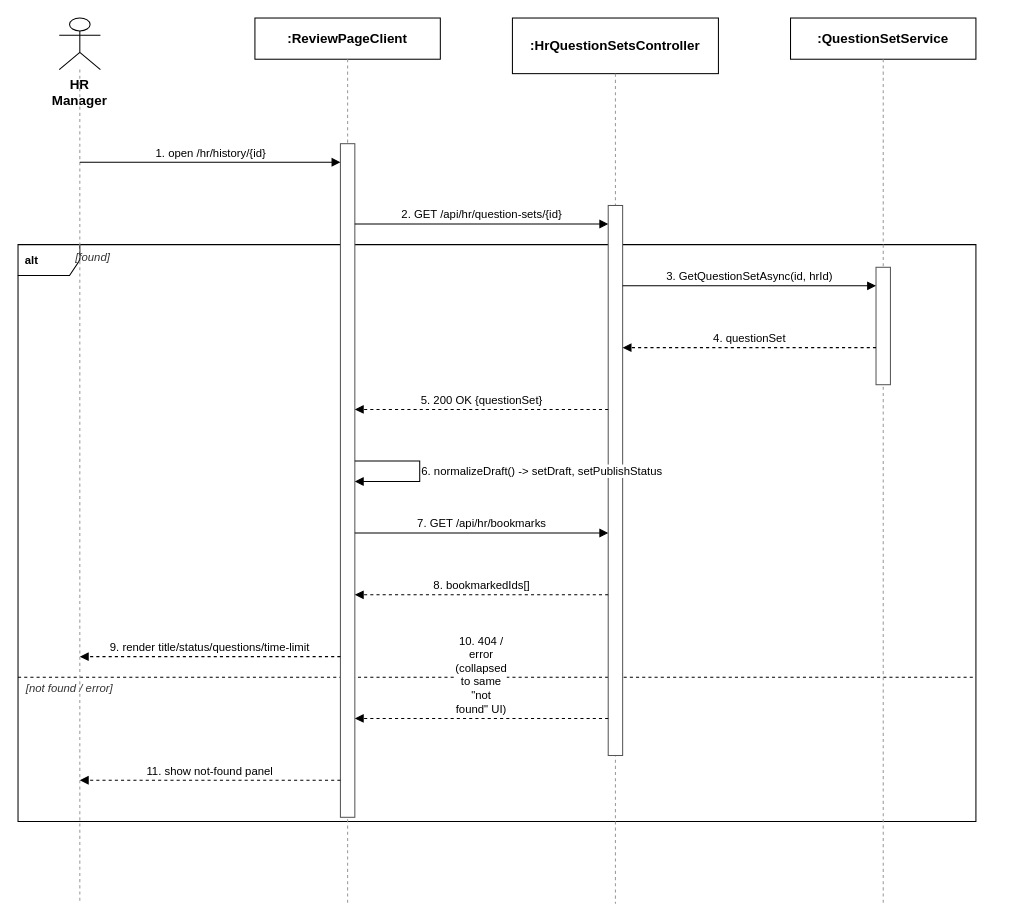
tulklk/AI_Interview_Question_Generation_RAG_LLM_FE keeps this draw.io diagram as docs/qa/Nam_SequenceDiagram/18_QuestionSetManagement_ViewQuestionSet.drawio. Above is the earlier version. Source tidied: cells renumbered, new cells numbered last; positions are measured from the earlier drawing's top-left corner, leaving out a move shared by most shapes. Both pictures are drawn from the tidied source at 103%, with x=0, y=0 at pixel (18, 18).
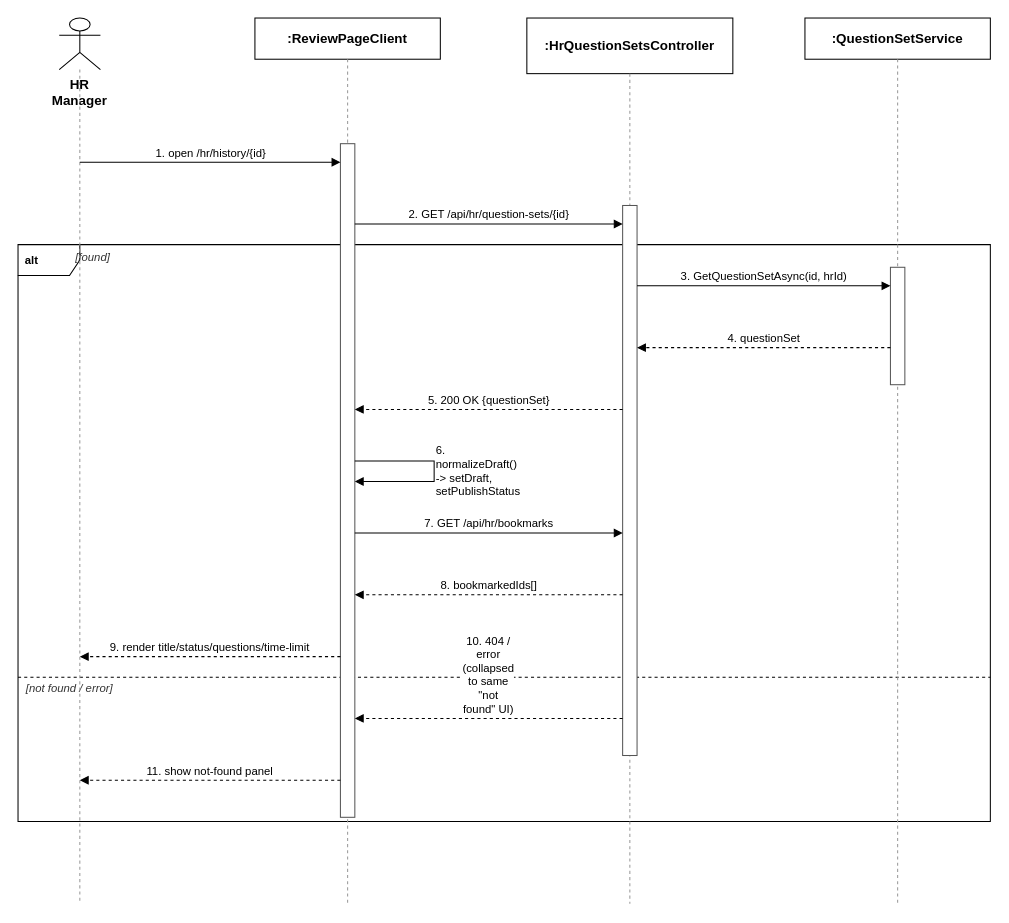
Above is the later version.

The edit, as a diff of the source:
```diff
@@
     <mxCell id="2" value="&lt;b&gt;&amp;nbsp;alt&amp;nbsp;&lt;/b&gt;" style="shape=umlFrame;whiteSpace=wrap;html=1;align=left;verticalAlign=top;fontSize=11;spacingLeft=2;spacingTop=2;strokeColor=#000000;fillColor=none;" parent="1" vertex="1">
-      <mxGeometry y="220" width="930" height="560" as="geometry" />
+      <mxGeometry y="220" width="944" height="560" as="geometry" />
     </mxCell>
     <mxCell id="3" value="[found]" style="text;html=1;align=left;verticalAlign=middle;fontSize=11;fontColor=#333333;fontStyle=2;" parent="1" vertex="1">
-      <mxGeometry x="54" y="222" width="870" height="20" as="geometry" />
+      <mxGeometry x="54" y="222" width="884" height="20" as="geometry" />
     </mxCell>
     <mxCell id="4" style="endArrow=none;dashed=1;html=1;strokeColor=#000000;" parent="1" edge="1">
       <mxGeometry relative="1" as="geometry">
         <mxPoint y="640" as="sourcePoint" />
-        <mxPoint x="930" y="640" as="targetPoint" />
+        <mxPoint x="944" y="640" as="targetPoint" />
       </mxGeometry>
     </mxCell>
     <mxCell id="5" value="[not found / error]" style="text;html=1;align=left;verticalAlign=middle;fontSize=11;fontColor=#333333;fontStyle=2;" parent="1" vertex="1">
-      <mxGeometry x="6" y="642" width="918" height="18" as="geometry" />
+      <mxGeometry x="6" y="642" width="932" height="18" as="geometry" />
     </mxCell>
@@
     <mxCell id="10" value=":HrQuestionSetsController" style="rounded=0;whiteSpace=wrap;html=1;fontSize=13;fillColor=#ffffff;strokeColor=#000000;fontStyle=1;" parent="1" vertex="1">
-      <mxGeometry x="480" width="200" height="54" as="geometry" />
+      <mxGeometry x="494" width="200" height="54" as="geometry" />
     </mxCell>
     <mxCell id="11" style="endArrow=none;dashed=1;html=1;strokeColor=#999999;" parent="1" edge="1">
       <mxGeometry relative="1" as="geometry">
-        <mxPoint x="580" y="54" as="sourcePoint" />
-        <mxPoint x="580" y="860" as="targetPoint" />
+        <mxPoint x="594" y="54" as="sourcePoint" />
+        <mxPoint x="594" y="860" as="targetPoint" />
       </mxGeometry>
     </mxCell>
     <mxCell id="12" value=":QuestionSetService" style="rounded=0;whiteSpace=wrap;html=1;fontSize=13;fillColor=#ffffff;strokeColor=#000000;fontStyle=1;" parent="1" vertex="1">
-      <mxGeometry x="750" width="180" height="40" as="geometry" />
+      <mxGeometry x="764" width="180" height="40" as="geometry" />
     </mxCell>
     <mxCell id="13" style="endArrow=none;dashed=1;html=1;strokeColor=#999999;" parent="1" edge="1">
       <mxGeometry relative="1" as="geometry">
-        <mxPoint x="840" y="40" as="sourcePoint" />
-        <mxPoint x="840" y="860" as="targetPoint" />
+        <mxPoint x="854" y="40" as="sourcePoint" />
+        <mxPoint x="854" y="860" as="targetPoint" />
       </mxGeometry>
     </mxCell>
@@
     <mxCell id="15" style="rounded=0;whiteSpace=wrap;html=1;fillColor=#ffffff;strokeColor=#555555;" parent="1" vertex="1">
-      <mxGeometry x="573" y="182" width="14" height="534" as="geometry" />
+      <mxGeometry x="587" y="182" width="14" height="534" as="geometry" />
     </mxCell>
     <mxCell id="16" style="rounded=0;whiteSpace=wrap;html=1;fillColor=#ffffff;strokeColor=#555555;" parent="1" vertex="1">
-      <mxGeometry x="833" y="242" width="14" height="114" as="geometry" />
+      <mxGeometry x="847" y="242" width="14" height="114" as="geometry" />
     </mxCell>
@@
     <mxCell id="18" value="2. GET /api/hr/question-sets/{id}" style="endArrow=block;endFill=1;html=1;fontSize=11;align=center;verticalAlign=bottom;labelBackgroundColor=#ffffff;strokeColor=#000000;" parent="1" edge="1">
       <mxGeometry relative="1" as="geometry">
         <mxPoint x="327" y="200" as="sourcePoint" />
-        <mxPoint x="573" y="200" as="targetPoint" />
+        <mxPoint x="587" y="200" as="targetPoint" />
       </mxGeometry>
     </mxCell>
     <mxCell id="19" value="3. GetQuestionSetAsync(id, hrId)" style="endArrow=block;endFill=1;html=1;fontSize=11;align=center;verticalAlign=bottom;labelBackgroundColor=#ffffff;strokeColor=#000000;" parent="1" edge="1">
       <mxGeometry relative="1" as="geometry">
-        <mxPoint x="587" y="260" as="sourcePoint" />
-        <mxPoint x="833" y="260" as="targetPoint" />
+        <mxPoint x="601" y="260" as="sourcePoint" />
+        <mxPoint x="847" y="260" as="targetPoint" />
       </mxGeometry>
     </mxCell>
     <mxCell id="20" value="4. questionSet" style="endArrow=block;endFill=1;html=1;dashed=1;fontSize=11;align=center;verticalAlign=bottom;labelBackgroundColor=#ffffff;strokeColor=#000000;" parent="1" edge="1">
       <mxGeometry relative="1" as="geometry">
-        <mxPoint x="833" y="320" as="sourcePoint" />
-        <mxPoint x="587" y="320" as="targetPoint" />
+        <mxPoint x="847" y="320" as="sourcePoint" />
+        <mxPoint x="601" y="320" as="targetPoint" />
       </mxGeometry>
     </mxCell>
     <mxCell id="21" value="5. 200 OK {questionSet}" style="endArrow=block;endFill=1;html=1;dashed=1;fontSize=11;align=center;verticalAlign=bottom;labelBackgroundColor=#ffffff;strokeColor=#000000;" parent="1" edge="1">
       <mxGeometry relative="1" as="geometry">
-        <mxPoint x="573" y="380" as="sourcePoint" />
+        <mxPoint x="587" y="380" as="sourcePoint" />
         <mxPoint x="327" y="380" as="targetPoint" />
       </mxGeometry>
     </mxCell>
-    <mxCell id="22" value="6. normalizeDraft() -&gt; setDraft, setPublishStatus" style="endArrow=block;endFill=1;html=1;fontSize=11;align=left;verticalAlign=middle;labelBackgroundColor=#ffffff;rounded=0;strokeColor=#000000;" parent="1" edge="1">
+    <mxCell id="22" value="6. normalizeDraft() -&gt; setDraft, setPublishStatus" style="endArrow=block;endFill=1;html=1;whiteSpace=wrap;fontSize=11;align=left;verticalAlign=middle;labelBackgroundColor=#ffffff;rounded=0;strokeColor=#000000;" parent="1" edge="1">
       <mxGeometry relative="1" as="geometry">
         <mxPoint x="327" y="430" as="sourcePoint" />
         <mxPoint x="327" y="450" as="targetPoint" />
         <Array as="points">
-          <mxPoint x="390" y="430" />
-          <mxPoint x="390" y="450" />
+          <mxPoint x="404" y="430" />
+          <mxPoint x="404" y="450" />
         </Array>
       </mxGeometry>
     </mxCell>
     <mxCell id="23" value="7. GET /api/hr/bookmarks" style="endArrow=block;endFill=1;html=1;fontSize=11;align=center;verticalAlign=bottom;labelBackgroundColor=#ffffff;strokeColor=#000000;" parent="1" edge="1">
       <mxGeometry relative="1" as="geometry">
         <mxPoint x="327" y="500" as="sourcePoint" />
-        <mxPoint x="573" y="500" as="targetPoint" />
+        <mxPoint x="587" y="500" as="targetPoint" />
       </mxGeometry>
     </mxCell>
     <mxCell id="24" value="8. bookmarkedIds[]" style="endArrow=block;endFill=1;html=1;dashed=1;fontSize=11;align=center;verticalAlign=bottom;labelBackgroundColor=#ffffff;strokeColor=#000000;" parent="1" edge="1">
       <mxGeometry relative="1" as="geometry">
-        <mxPoint x="573" y="560" as="sourcePoint" />
+        <mxPoint x="587" y="560" as="sourcePoint" />
         <mxPoint x="327" y="560" as="targetPoint" />
       </mxGeometry>
     </mxCell>
@@
     <mxCell id="26" value="10. 404 / error (collapsed to same &quot;not found&quot; UI)" style="endArrow=block;endFill=1;html=1;whiteSpace=wrap;dashed=1;fontSize=11;align=center;verticalAlign=bottom;labelBackgroundColor=#ffffff;strokeColor=#000000;" parent="1" edge="1">
       <mxGeometry relative="1" as="geometry">
-        <mxPoint x="573" y="680" as="sourcePoint" />
+        <mxPoint x="587" y="680" as="sourcePoint" />
         <mxPoint x="327" y="680" as="targetPoint" />
       </mxGeometry>
     </mxCell>
```
